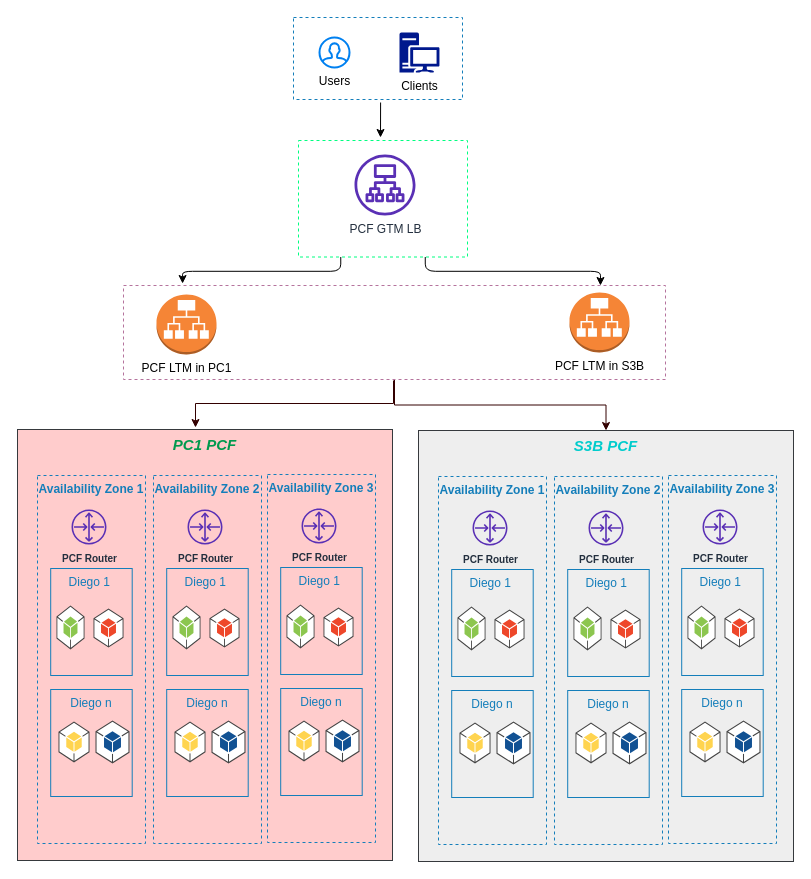
The draw.io diagram PCF-HLA-General.drawio in rama78/app-config, before the edit. Source tidied: cells renumbered, new cells numbered last; positions are measured from the earlier drawing's top-left corner, leaving out a move shared by most shapes. Both pictures are drawn from the tidied source at 100%, with x=0, y=0 at pixel (17, 17).
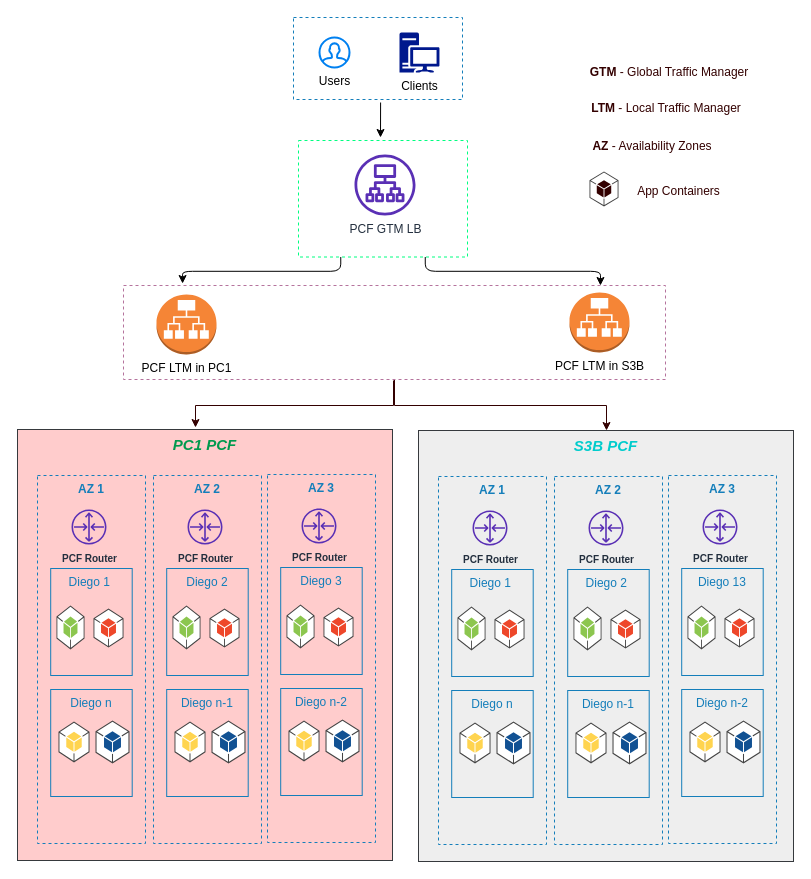
The same diagram, later.

The change refers to these unchanged cells:
```xml
<mxCell id="8" style="group;" parent="1" vertex="1">
  <mxGeometry x="20" y="458" width="108" height="368" as="geometry" />
</mxCell>
<mxCell id="17" style="group;" parent="1" vertex="1">
  <mxGeometry x="136" y="458" width="108" height="368" as="geometry" />
</mxCell>
<mxCell id="26" style="group;" parent="1" vertex="1">
  <mxGeometry x="250" y="457" width="108" height="368" as="geometry" />
</mxCell>
<mxCell id="35" value="S3B PCF" style="verticalAlign=top;fontStyle=3;fontSize=15;fillColor=#eeeeee;strokeColor=#36393d;fontColor=#00CCCC;" parent="1" vertex="1">
  <mxGeometry x="401" y="413" width="375" height="431" as="geometry" />
</mxCell>
<mxCell id="36" style="group;" parent="1" vertex="1">
  <mxGeometry x="421" y="459" width="108" height="368" as="geometry" />
</mxCell>
<mxCell id="45" style="group;" parent="1" vertex="1">
  <mxGeometry x="537" y="459" width="108" height="368" as="geometry" />
</mxCell>
<mxCell id="54" style="group;" parent="1" vertex="1">
  <mxGeometry x="651" y="458" width="108" height="368" as="geometry" />
</mxCell>
<mxCell id="66" style="fillColor=none;dashed=1;verticalAlign=top;fontStyle=0;fontColor=#147EBA;strokeColor=#B5739D;" parent="1" vertex="1">
  <mxGeometry x="106" y="268" width="542" height="94" as="geometry" />
</mxCell>
```

The edit, as a diff of the source:
```diff
@@
-    <mxCell id="9" value="Availability Zone 1" style="fillColor=none;strokeColor=#147EBA;dashed=1;verticalAlign=top;fontStyle=1;fontColor=#147EBA;" parent="8" vertex="1">
+    <mxCell id="9" value="AZ 1" style="fillColor=none;strokeColor=#147EBA;dashed=1;verticalAlign=top;fontStyle=1;fontColor=#147EBA;" parent="8" vertex="1">
       <mxGeometry width="108" height="368" as="geometry" />
     </mxCell>
@@
-    <mxCell id="18" value="Availability Zone 2" style="fillColor=none;strokeColor=#147EBA;dashed=1;verticalAlign=top;fontStyle=1;fontColor=#147EBA;" parent="17" vertex="1">
+    <mxCell id="18" value="AZ 2" style="fillColor=none;strokeColor=#147EBA;dashed=1;verticalAlign=top;fontStyle=1;fontColor=#147EBA;" parent="17" vertex="1">
       <mxGeometry width="108" height="368" as="geometry" />
     </mxCell>
-    <mxCell id="19" value="Diego 1 " style="fillColor=none;strokeColor=#147EBA;verticalAlign=top;fontStyle=0;fontColor=#147EBA;" parent="17" vertex="1">
+    <mxCell id="19" value="Diego 2" style="fillColor=none;strokeColor=#147EBA;verticalAlign=top;fontStyle=0;fontColor=#147EBA;" parent="17" vertex="1">
       <mxGeometry x="13.2" y="93" width="81.5" height="107" as="geometry" />
     </mxCell>
-    <mxCell id="20" value="Diego n" style="fillColor=none;strokeColor=#147EBA;verticalAlign=top;fontStyle=0;fontColor=#147EBA;" parent="17" vertex="1">
+    <mxCell id="20" value="Diego n-1" style="fillColor=none;strokeColor=#147EBA;verticalAlign=top;fontStyle=0;fontColor=#147EBA;" parent="17" vertex="1">
       <mxGeometry x="13.2" y="214" width="81.5" height="107" as="geometry" />
     </mxCell>
@@
-    <mxCell id="27" value="Availability Zone 3" style="fillColor=none;strokeColor=#147EBA;dashed=1;verticalAlign=top;fontStyle=1;fontColor=#147EBA;" parent="26" vertex="1">
+    <mxCell id="27" value="AZ 3" style="fillColor=none;strokeColor=#147EBA;dashed=1;verticalAlign=top;fontStyle=1;fontColor=#147EBA;" parent="26" vertex="1">
       <mxGeometry width="108" height="368" as="geometry" />
     </mxCell>
-    <mxCell id="28" value="Diego 1 " style="fillColor=none;strokeColor=#147EBA;verticalAlign=top;fontStyle=0;fontColor=#147EBA;" parent="26" vertex="1">
+    <mxCell id="28" value="Diego 3" style="fillColor=none;strokeColor=#147EBA;verticalAlign=top;fontStyle=0;fontColor=#147EBA;" parent="26" vertex="1">
       <mxGeometry x="13.2" y="93" width="81.5" height="107" as="geometry" />
     </mxCell>
-    <mxCell id="29" value="Diego n" style="fillColor=none;strokeColor=#147EBA;verticalAlign=top;fontStyle=0;fontColor=#147EBA;" parent="26" vertex="1">
+    <mxCell id="29" value="Diego n-2" style="fillColor=none;strokeColor=#147EBA;verticalAlign=top;fontStyle=0;fontColor=#147EBA;" parent="26" vertex="1">
       <mxGeometry x="13.2" y="214" width="81.5" height="107" as="geometry" />
     </mxCell>
@@
-    <mxCell id="37" value="Availability Zone 1" style="fillColor=none;strokeColor=#147EBA;dashed=1;verticalAlign=top;fontStyle=1;fontColor=#147EBA;" parent="36" vertex="1">
+    <mxCell id="37" value="AZ 1" style="fillColor=none;strokeColor=#147EBA;dashed=1;verticalAlign=top;fontStyle=1;fontColor=#147EBA;" parent="36" vertex="1">
       <mxGeometry width="108" height="368" as="geometry" />
     </mxCell>
@@
-    <mxCell id="46" value="Availability Zone 2" style="fillColor=none;strokeColor=#147EBA;dashed=1;verticalAlign=top;fontStyle=1;fontColor=#147EBA;" parent="45" vertex="1">
+    <mxCell id="46" value="AZ 2" style="fillColor=none;strokeColor=#147EBA;dashed=1;verticalAlign=top;fontStyle=1;fontColor=#147EBA;" parent="45" vertex="1">
       <mxGeometry width="108" height="368" as="geometry" />
     </mxCell>
-    <mxCell id="47" value="Diego 1 " style="fillColor=none;strokeColor=#147EBA;verticalAlign=top;fontStyle=0;fontColor=#147EBA;" parent="45" vertex="1">
+    <mxCell id="47" value="Diego 2 " style="fillColor=none;strokeColor=#147EBA;verticalAlign=top;fontStyle=0;fontColor=#147EBA;" parent="45" vertex="1">
       <mxGeometry x="13.2" y="93" width="81.5" height="107" as="geometry" />
     </mxCell>
-    <mxCell id="48" value="Diego n" style="fillColor=none;strokeColor=#147EBA;verticalAlign=top;fontStyle=0;fontColor=#147EBA;" parent="45" vertex="1">
+    <mxCell id="48" value="Diego n-1" style="fillColor=none;strokeColor=#147EBA;verticalAlign=top;fontStyle=0;fontColor=#147EBA;" parent="45" vertex="1">
       <mxGeometry x="13.2" y="214" width="81.5" height="107" as="geometry" />
     </mxCell>
@@
-    <mxCell id="55" value="Availability Zone 3" style="fillColor=none;strokeColor=#147EBA;dashed=1;verticalAlign=top;fontStyle=1;fontColor=#147EBA;" parent="54" vertex="1">
+    <mxCell id="55" value="AZ 3" style="fillColor=none;strokeColor=#147EBA;dashed=1;verticalAlign=top;fontStyle=1;fontColor=#147EBA;" parent="54" vertex="1">
       <mxGeometry width="108" height="368" as="geometry" />
     </mxCell>
-    <mxCell id="56" value="Diego 1 " style="fillColor=none;strokeColor=#147EBA;verticalAlign=top;fontStyle=0;fontColor=#147EBA;" parent="54" vertex="1">
+    <mxCell id="56" value="Diego 13" style="fillColor=none;strokeColor=#147EBA;verticalAlign=top;fontStyle=0;fontColor=#147EBA;" parent="54" vertex="1">
       <mxGeometry x="13.2" y="93" width="81.5" height="107" as="geometry" />
     </mxCell>
-    <mxCell id="57" value="Diego n" style="fillColor=none;strokeColor=#147EBA;verticalAlign=top;fontStyle=0;fontColor=#147EBA;" parent="54" vertex="1">
+    <mxCell id="57" value="Diego n-2" style="fillColor=none;strokeColor=#147EBA;verticalAlign=top;fontStyle=0;fontColor=#147EBA;" parent="54" vertex="1">
       <mxGeometry x="13.2" y="214" width="81.5" height="107" as="geometry" />
     </mxCell>
@@
     <mxCell id="65" style="edgeStyle=orthogonalEdgeStyle;rounded=0;jettySize=auto;html=1;strokeColor=#330000;fontSize=15;fontColor=#00994D;" parent="1" edge="1" source="66" target="35">
-      <mxGeometry relative="1" as="geometry" />
+      <mxGeometry relative="1" as="geometry">
+        <Array as="points">
+          <mxPoint x="377" y="388" />
+          <mxPoint x="589" y="388" />
+        </Array>
+      </mxGeometry>
     </mxCell>
@@
     <mxCell id="70" style="edgeStyle=orthogonalEdgeStyle;rounded=0;orthogonalLoop=1;jettySize=auto;html=1;strokeColor=#330000;fontSize=15;fontColor=#00994D;" parent="1" edge="1">
       <mxGeometry relative="1" as="geometry">
         <mxPoint x="376" y="363" as="sourcePoint" />
         <mxPoint x="178" y="410" as="targetPoint" />
         <Array as="points">
-          <mxPoint x="376" y="386" />
-          <mxPoint x="178" y="386" />
+          <mxPoint x="376" y="388" />
+          <mxPoint x="178" y="388" />
         </Array>
       </mxGeometry>
     </mxCell>
+    <mxCell id="71" value="&lt;font style=&quot;font-size: 12px&quot; color=&quot;#330000&quot;&gt;&lt;b&gt;GTM &lt;/b&gt;- Global Traffic&amp;nbsp;&lt;/font&gt;&lt;font color=&quot;#330000&quot;&gt;&lt;span style=&quot;font-size: 12px&quot;&gt;Manager&lt;/span&gt;&lt;/font&gt;" style="text;html=1;strokeColor=none;fillColor=none;align=center;verticalAlign=middle;whiteSpace=wrap;rounded=0;fontSize=15;fontColor=#00994D;" parent="1" vertex="1">
+      <mxGeometry x="540" y="43" width="224" height="20" as="geometry" />
+    </mxCell>
+    <mxCell id="72" value="&lt;font style=&quot;font-size: 12px&quot; color=&quot;#330000&quot;&gt;&lt;b&gt;LTM &lt;/b&gt;- Local Traffic&amp;nbsp;&lt;/font&gt;&lt;font color=&quot;#330000&quot;&gt;&lt;span style=&quot;font-size: 12px&quot;&gt;Manager&lt;/span&gt;&lt;/font&gt;" style="text;html=1;strokeColor=none;fillColor=none;align=center;verticalAlign=middle;whiteSpace=wrap;rounded=0;fontSize=15;fontColor=#00994D;" parent="1" vertex="1">
+      <mxGeometry x="537" y="79" width="224" height="20" as="geometry" />
+    </mxCell>
+    <mxCell id="73" value="&lt;font style=&quot;font-size: 12px&quot; color=&quot;#330000&quot;&gt;&lt;b&gt;AZ&amp;nbsp;&lt;/b&gt;- Availability Zones&lt;/font&gt;" style="text;html=1;strokeColor=none;fillColor=none;align=center;verticalAlign=middle;whiteSpace=wrap;rounded=0;fontSize=15;fontColor=#00994D;" parent="1" vertex="1">
+      <mxGeometry x="558" y="117" width="154" height="20" as="geometry" />
+    </mxCell>
+    <mxCell id="74" style="dashed=0;verticalLabelPosition=bottom;verticalAlign=top;align=center;html=1;shape=mxgraph.aws3.android;gradientColor=none;strokeColor=#B5739D;fontSize=15;fontColor=#00994D;fillColor=#330000;" parent="1" vertex="1">
+      <mxGeometry x="572" y="154" width="29" height="35" as="geometry" />
+    </mxCell>
+    <mxCell id="75" value="&lt;font color=&quot;#330000&quot;&gt;&lt;span style=&quot;font-size: 12px&quot;&gt;App Containers&lt;/span&gt;&lt;/font&gt;" style="text;html=1;strokeColor=none;fillColor=none;align=center;verticalAlign=middle;whiteSpace=wrap;rounded=0;fontSize=15;fontColor=#00994D;" parent="1" vertex="1">
+      <mxGeometry x="603" y="161.5" width="117" height="20" as="geometry" />
+    </mxCell>
```
